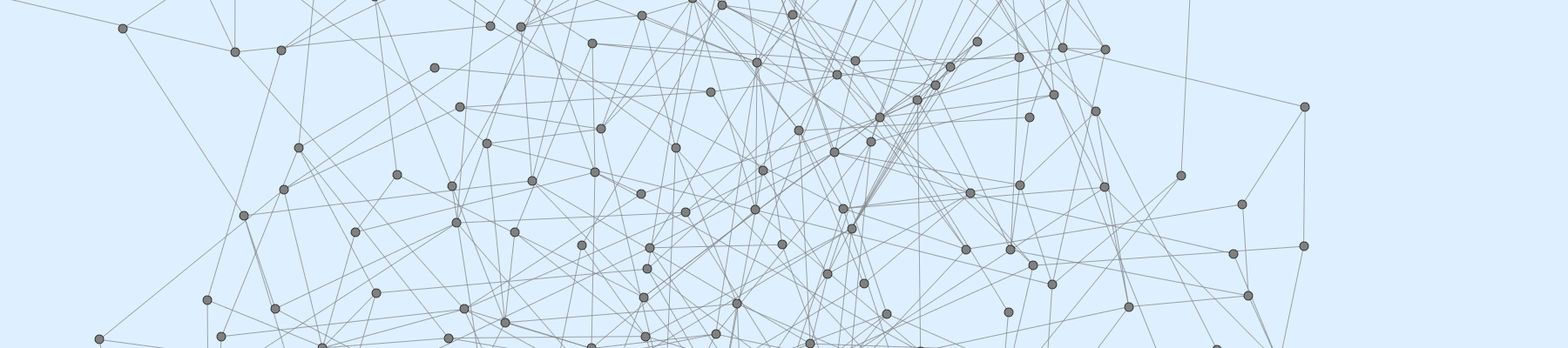
This is website/Content/Graph/graph.png from TexAgg/website, a Graphviz export, as it was before one commit. Its source is kept beside it as website/Content/Graph/graph.gv.
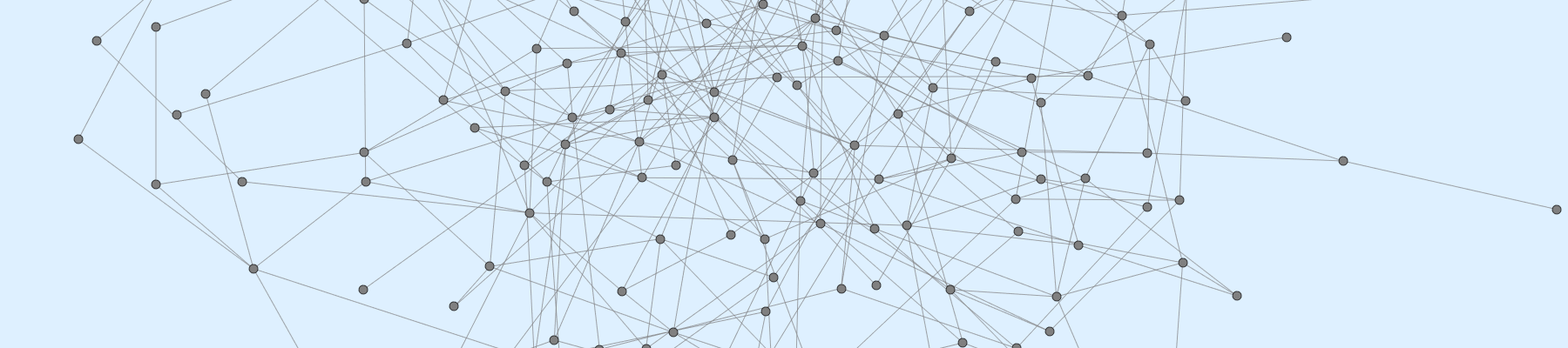
The same file after the commit.

Diff of the diagram source:
```diff
@@ -201,404 +201,404 @@
 	198 [label=""];
 	199 [label=""];
 	200 [label=""];
-	1 -- 70;
-	1 -- 116;
-	1 -- 141;
-	1 -- 160;
-	2 -- 3;
-	2 -- 7;
-	2 -- 48;
-	3 -- 83;
-	3 -- 146;
-	3 -- 156;
-	4 -- 11;
-	4 -- 22;
-	4 -- 101;
-	4 -- 110;
-	4 -- 132;
-	4 -- 181;
-	5 -- 29;
-	5 -- 97;
-	5 -- 134;
-	5 -- 155;
-	5 -- 166;
-	5 -- 193;
-	6 -- 25;
-	6 -- 94;
-	6 -- 147;
-	6 -- 156;
-	6 -- 157;
-	6 -- 180;
-	6 -- 190;
-	7 -- 87;
-	7 -- 103;
-	7 -- 154;
-	7 -- 176;
-	7 -- 186;
-	8 -- 63;
-	8 -- 76;
-	8 -- 108;
-	8 -- 113;
-	8 -- 148;
-	8 -- 149;
-	9 -- 15;
-	9 -- 44;
-	9 -- 79;
-	10 -- 63;
-	10 -- 112;
-	10 -- 140;
-	11 -- 126;
-	12 -- 16;
-	13 -- 15;
-	13 -- 29;
-	13 -- 181;
+	1 -- 23;
+	1 -- 30;
+	1 -- 93;
+	2 -- 65;
+	2 -- 89;
+	2 -- 190;
+	3 -- 11;
+	3 -- 15;
+	3 -- 137;
+	3 -- 155;
+	4 -- 83;
+	4 -- 128;
+	4 -- 138;
+	4 -- 157;
+	4 -- 184;
+	4 -- 191;
+	5 -- 72;
+	5 -- 109;
+	5 -- 160;
+	6 -- 49;
+	6 -- 145;
+	7 -- 55;
+	7 -- 68;
+	8 -- 177;
+	8 -- 200;
+	9 -- 39;
+	9 -- 59;
+	9 -- 83;
+	9 -- 90;
+	9 -- 101;
+	9 -- 166;
+	9 -- 173;
+	9 -- 177;
+	9 -- 189;
+	10 -- 15;
+	10 -- 117;
+	10 -- 170;
+	11 -- 29;
+	11 -- 97;
+	11 -- 119;
+	11 -- 157;
+	11 -- 190;
+	12 -- 29;
+	12 -- 148;
+	12 -- 165;
+	12 -- 190;
+	13 -- 14;
+	13 -- 49;
+	13 -- 125;
+	14 -- 60;
+	14 -- 98;
+	14 -- 156;
 	14 -- 192;
-	15 -- 74;
-	15 -- 152;
-	15 -- 161;
-	16 -- 55;
-	16 -- 77;
-	16 -- 111;
-	16 -- 114;
-	16 -- 169;
-	17 -- 141;
-	17 -- 153;
-	18 -- 107;
-	18 -- 148;
-	19 -- 35;
-	19 -- 64;
-	19 -- 95;
-	19 -- 120;
-	19 -- 169;
-	20 -- 55;
-	20 -- 86;
-	20 -- 158;
-	20 -- 164;
-	20 -- 171;
-	22 -- 104;
-	22 -- 109;
-	22 -- 185;
-	23 -- 110;
-	24 -- 27;
-	24 -- 45;
-	24 -- 86;
-	24 -- 108;
-	24 -- 140;
-	26 -- 95;
-	26 -- 100;
-	26 -- 139;
-	27 -- 29;
-	27 -- 165;
-	27 -- 199;
-	28 -- 33;
-	28 -- 119;
-	28 -- 178;
-	28 -- 200;
-	29 -- 54;
-	29 -- 94;
-	29 -- 98;
-	29 -- 180;
-	30 -- 87;
-	30 -- 130;
-	31 -- 52;
-	31 -- 79;
-	31 -- 112;
-	31 -- 125;
-	31 -- 178;
-	31 -- 187;
-	31 -- 198;
-	32 -- 83;
-	32 -- 181;
-	32 -- 186;
-	33 -- 92;
-	33 -- 111;
-	34 -- 48;
-	34 -- 77;
-	34 -- 113;
-	34 -- 197;
-	35 -- 64;
-	35 -- 91;
-	36 -- 48;
-	36 -- 53;
-	36 -- 138;
-	36 -- 164;
-	36 -- 169;
-	37 -- 189;
-	38 -- 142;
-	38 -- 159;
-	38 -- 166;
-	39 -- 76;
-	39 -- 120;
-	39 -- 173;
-	39 -- 197;
-	40 -- 48;
-	40 -- 181;
-	40 -- 186;
-	41 -- 102;
-	41 -- 194;
-	42 -- 98;
-	42 -- 104;
-	42 -- 159;
-	43 -- 170;
-	43 -- 175;
-	44 -- 79;
-	44 -- 172;
-	44 -- 195;
-	45 -- 171;
-	46 -- 85;
-	46 -- 104;
-	46 -- 107;
-	46 -- 152;
-	47 -- 65;
-	47 -- 81;
-	47 -- 95;
-	47 -- 149;
-	48 -- 60;
-	48 -- 74;
-	48 -- 79;
-	48 -- 101;
+	15 -- 27;
+	15 -- 68;
+	15 -- 73;
+	15 -- 95;
+	15 -- 109;
+	15 -- 146;
+	15 -- 160;
+	16 -- 32;
+	16 -- 56;
+	16 -- 116;
+	16 -- 150;
+	16 -- 186;
+	17 -- 23;
+	17 -- 26;
+	17 -- 70;
+	17 -- 72;
+	17 -- 78;
+	18 -- 19;
+	18 -- 65;
+	18 -- 126;
+	18 -- 139;
+	18 -- 141;
+	18 -- 169;
+	19 -- 25;
+	19 -- 61;
+	19 -- 62;
+	19 -- 86;
+	19 -- 140;
+	19 -- 159;
+	20 -- 35;
+	20 -- 72;
+	20 -- 104;
+	20 -- 126;
+	21 -- 70;
+	21 -- 76;
+	21 -- 102;
+	21 -- 149;
+	22 -- 66;
+	22 -- 92;
+	22 -- 138;
+	22 -- 167;
+	22 -- 177;
+	22 -- 180;
+	23 -- 116;
+	23 -- 185;
+	24 -- 33;
+	24 -- 59;
+	24 -- 162;
+	24 -- 173;
+	25 -- 64;
+	25 -- 74;
+	25 -- 133;
+	25 -- 166;
+	25 -- 170;
+	26 -- 133;
+	26 -- 170;
+	27 -- 149;
+	27 -- 176;
+	27 -- 190;
+	28 -- 30;
+	29 -- 38;
+	29 -- 88;
+	29 -- 118;
+	30 -- 39;
+	30 -- 69;
+	31 -- 69;
+	31 -- 75;
+	31 -- 174;
+	32 -- 40;
+	32 -- 82;
+	32 -- 165;
+	33 -- 87;
+	33 -- 90;
+	33 -- 125;
+	33 -- 136;
+	34 -- 42;
+	34 -- 137;
+	36 -- 50;
+	36 -- 70;
+	36 -- 90;
+	37 -- 88;
+	37 -- 137;
+	37 -- 176;
+	38 -- 137;
+	39 -- 48;
+	39 -- 80;
+	39 -- 108;
+	39 -- 134;
+	39 -- 157;
+	39 -- 174;
+	39 -- 188;
+	40 -- 57;
+	40 -- 85;
+	41 -- 76;
+	41 -- 86;
+	41 -- 188;
+	42 -- 50;
+	42 -- 110;
+	42 -- 113;
+	43 -- 44;
+	43 -- 47;
+	43 -- 53;
+	43 -- 59;
+	43 -- 137;
+	43 -- 163;
+	43 -- 187;
+	44 -- 45;
+	44 -- 191;
+	45 -- 53;
+	47 -- 148;
+	47 -- 153;
+	48 -- 103;
 	48 -- 115;
-	48 -- 163;
-	48 -- 164;
-	48 -- 173;
-	49 -- 54;
-	49 -- 182;
-	49 -- 193;
-	50 -- 65;
-	50 -- 194;
+	48 -- 132;
+	49 -- 72;
+	49 -- 90;
+	50 -- 62;
+	50 -- 66;
 	51 -- 71;
-	51 -- 155;
-	51 -- 157;
-	51 -- 159;
-	52 -- 102;
-	52 -- 158;
-	52 -- 193;
-	53 -- 64;
-	53 -- 70;
-	53 -- 78;
-	53 -- 108;
-	53 -- 138;
-	53 -- 174;
-	54 -- 89;
-	54 -- 134;
-	55 -- 66;
-	55 -- 100;
-	55 -- 135;
-	55 -- 170;
-	56 -- 99;
-	56 -- 174;
-	57 -- 144;
-	57 -- 153;
-	58 -- 123;
-	58 -- 182;
-	58 -- 184;
-	59 -- 77;
-	59 -- 133;
-	59 -- 147;
-	59 -- 148;
-	59 -- 171;
-	59 -- 194;
-	61 -- 160;
-	62 -- 72;
-	62 -- 95;
-	62 -- 97;
-	62 -- 102;
+	51 -- 75;
+	51 -- 131;
+	52 -- 97;
+	52 -- 112;
+	52 -- 138;
+	52 -- 147;
+	53 -- 94;
+	54 -- 95;
+	54 -- 110;
+	54 -- 135;
+	54 -- 173;
+	54 -- 192;
+	55 -- 84;
+	55 -- 155;
+	56 -- 75;
+	56 -- 136;
+	56 -- 172;
+	56 -- 190;
+	58 -- 71;
+	58 -- 145;
+	58 -- 190;
+	59 -- 70;
+	59 -- 99;
+	59 -- 107;
+	59 -- 134;
+	59 -- 144;
+	59 -- 155;
+	60 -- 65;
+	60 -- 70;
+	60 -- 142;
+	60 -- 154;
+	60 -- 190;
+	61 -- 84;
+	61 -- 86;
+	61 -- 109;
+	61 -- 114;
+	61 -- 124;
+	61 -- 181;
+	61 -- 183;
+	61 -- 198;
+	62 -- 112;
+	62 -- 140;
 	62 -- 159;
-	62 -- 194;
-	63 -- 86;
-	64 -- 144;
-	64 -- 166;
-	64 -- 175;
-	64 -- 177;
-	65 -- 73;
-	65 -- 91;
-	65 -- 110;
-	65 -- 169;
-	65 -- 174;
-	65 -- 181;
-	66 -- 87;
-	66 -- 135;
-	66 -- 199;
-	67 -- 97;
-	67 -- 160;
-	69 -- 139;
-	69 -- 191;
-	70 -- 77;
-	70 -- 85;
-	70 -- 105;
-	70 -- 106;
-	70 -- 110;
-	70 -- 123;
-	70 -- 126;
-	70 -- 155;
-	70 -- 157;
-	71 -- 128;
-	72 -- 97;
-	72 -- 199;
-	73 -- 105;
-	73 -- 132;
-	74 -- 96;
-	74 -- 171;
-	74 -- 179;
-	74 -- 197;
-	74 -- 198;
-	75 -- 193;
-	76 -- 149;
-	76 -- 181;
-	77 -- 81;
-	77 -- 125;
-	77 -- 127;
-	78 -- 80;
-	78 -- 116;
-	78 -- 179;
-	78 -- 190;
-	79 -- 183;
-	80 -- 183;
-	80 -- 199;
-	81 -- 127;
-	81 -- 173;
-	81 -- 192;
-	82 -- 122;
-	82 -- 198;
-	83 -- 110;
-	83 -- 167;
-	84 -- 127;
-	84 -- 161;
-	84 -- 167;
-	85 -- 126;
-	85 -- 133;
-	85 -- 158;
-	87 -- 158;
-	89 -- 133;
-	90 -- 183;
-	90 -- 192;
-	92 -- 105;
-	92 -- 186;
-	93 -- 128;
-	93 -- 189;
-	94 -- 125;
+	62 -- 167;
+	62 -- 169;
+	63 -- 134;
+	63 -- 189;
+	64 -- 139;
+	64 -- 152;
+	64 -- 153;
+	65 -- 125;
+	65 -- 153;
+	66 -- 99;
+	67 -- 70;
+	67 -- 118;
+	69 -- 96;
+	69 -- 171;
+	69 -- 188;
+	70 -- 108;
+	70 -- 173;
+	70 -- 180;
+	71 -- 75;
+	71 -- 77;
+	71 -- 134;
+	71 -- 159;
+	72 -- 136;
+	72 -- 183;
+	73 -- 119;
+	73 -- 162;
+	74 -- 99;
+	74 -- 134;
+	74 -- 182;
+	75 -- 90;
+	75 -- 145;
+	76 -- 106;
+	76 -- 179;
+	77 -- 117;
+	77 -- 171;
+	78 -- 200;
+	79 -- 80;
+	79 -- 91;
+	79 -- 114;
+	79 -- 116;
+	79 -- 180;
+	79 -- 197;
+	80 -- 94;
+	80 -- 200;
+	81 -- 82;
+	81 -- 99;
+	81 -- 104;
+	81 -- 126;
+	81 -- 189;
+	82 -- 157;
+	83 -- 85;
+	83 -- 189;
+	84 -- 168;
+	84 -- 169;
+	84 -- 183;
+	85 -- 185;
+	85 -- 191;
+	85 -- 192;
+	86 -- 123;
+	86 -- 153;
+	86 -- 154;
+	86 -- 174;
+	89 -- 96;
+	89 -- 184;
+	90 -- 156;
+	91 -- 179;
+	92 -- 127;
+	92 -- 136;
+	92 -- 167;
+	92 -- 200;
+	93 -- 127;
+	93 -- 161;
+	94 -- 173;
 	94 -- 190;
 	95 -- 123;
-	95 -- 126;
-	96 -- 147;
-	96 -- 173;
-	97 -- 101;
-	97 -- 163;
-	98 -- 114;
-	98 -- 133;
-	100 -- 124;
-	101 -- 155;
-	101 -- 169;
-	103 -- 147;
-	103 -- 158;
-	103 -- 164;
-	103 -- 168;
-	104 -- 143;
-	104 -- 168;
+	96 -- 189;
+	97 -- 147;
+	97 -- 174;
+	97 -- 176;
+	97 -- 197;
+	98 -- 99;
+	98 -- 107;
+	98 -- 187;
+	98 -- 189;
+	99 -- 114;
+	99 -- 194;
+	100 -- 116;
+	100 -- 141;
+	101 -- 199;
+	102 -- 124;
+	102 -- 175;
+	102 -- 180;
+	102 -- 183;
+	102 -- 191;
+	103 -- 118;
+	104 -- 146;
 	104 -- 172;
-	106 -- 127;
-	106 -- 163;
-	107 -- 160;
-	107 -- 172;
-	107 -- 200;
-	108 -- 120;
-	108 -- 131;
-	108 -- 190;
-	109 -- 119;
-	109 -- 154;
-	110 -- 128;
-	110 -- 164;
-	110 -- 182;
-	111 -- 154;
-	111 -- 176;
-	111 -- 194;
-	112 -- 131;
-	112 -- 164;
-	112 -- 173;
-	113 -- 117;
-	113 -- 173;
-	114 -- 156;
-	114 -- 157;
-	114 -- 159;
-	114 -- 168;
-	115 -- 186;
-	115 -- 196;
-	116 -- 163;
-	117 -- 120;
-	117 -- 126;
-	119 -- 152;
-	120 -- 140;
-	120 -- 194;
-	121 -- 156;
-	121 -- 168;
-	121 -- 173;
-	122 -- 194;
-	123 -- 145;
-	123 -- 146;
-	123 -- 160;
-	124 -- 149;
-	124 -- 157;
-	124 -- 170;
-	124 -- 179;
-	125 -- 133;
-	125 -- 166;
-	126 -- 131;
-	126 -- 134;
-	126 -- 195;
-	128 -- 142;
-	129 -- 187;
-	129 -- 197;
-	130 -- 166;
-	130 -- 167;
-	131 -- 135;
-	131 -- 158;
-	131 -- 179;
-	131 -- 196;
-	132 -- 134;
-	132 -- 153;
-	132 -- 198;
-	133 -- 135;
-	133 -- 175;
-	134 -- 192;
-	137 -- 170;
-	137 -- 188;
-	137 -- 194;
-	138 -- 191;
-	140 -- 190;
-	141 -- 196;
-	142 -- 156;
-	142 -- 169;
-	142 -- 197;
-	143 -- 156;
-	143 -- 184;
-	144 -- 194;
-	147 -- 149;
-	147 -- 167;
-	147 -- 171;
-	147 -- 174;
-	148 -- 185;
-	150 -- 186;
-	150 -- 189;
-	153 -- 176;
-	155 -- 167;
-	155 -- 185;
-	157 -- 169;
-	159 -- 182;
-	161 -- 167;
-	161 -- 177;
-	162 -- 168;
-	162 -- 175;
-	166 -- 172;
-	167 -- 197;
-	168 -- 189;
-	168 -- 194;
-	168 -- 200;
-	169 -- 171;
-	169 -- 186;
-	171 -- 195;
-	173 -- 198;
-	181 -- 197;
-	184 -- 198;
-	187 -- 199;
-	189 -- 196;
+	105 -- 143;
+	105 -- 146;
+	106 -- 117;
+	106 -- 153;
+	107 -- 138;
+	107 -- 153;
+	108 -- 154;
+	108 -- 175;
+	109 -- 165;
+	109 -- 166;
+	110 -- 126;
+	110 -- 178;
+	111 -- 123;
+	111 -- 161;
+	111 -- 199;
+	112 -- 130;
+	112 -- 134;
+	112 -- 141;
+	113 -- 178;
+	114 -- 149;
+	114 -- 169;
+	114 -- 170;
+	114 -- 185;
+	115 -- 155;
+	115 -- 156;
+	116 -- 146;
+	116 -- 185;
+	117 -- 173;
+	118 -- 141;
+	118 -- 161;
+	119 -- 184;
+	121 -- 153;
+	121 -- 179;
+	122 -- 135;
+	122 -- 173;
+	123 -- 130;
+	125 -- 135;
+	125 -- 160;
+	128 -- 140;
+	129 -- 163;
+	130 -- 138;
+	130 -- 182;
+	133 -- 163;
+	134 -- 148;
+	134 -- 160;
+	134 -- 168;
+	135 -- 170;
+	135 -- 176;
+	136 -- 171;
+	137 -- 162;
+	139 -- 155;
+	139 -- 156;
+	139 -- 181;
+	140 -- 177;
+	142 -- 190;
+	143 -- 187;
+	145 -- 172;
+	145 -- 185;
+	146 -- 164;
+	146 -- 167;
+	147 -- 173;
+	148 -- 174;
+	150 -- 167;
+	151 -- 191;
+	153 -- 180;
+	153 -- 183;
+	153 -- 186;
+	153 -- 192;
+	157 -- 159;
+	158 -- 191;
+	159 -- 165;
+	159 -- 168;
+	164 -- 171;
+	164 -- 197;
+	165 -- 184;
+	167 -- 187;
+	168 -- 197;
+	169 -- 179;
+	169 -- 181;
+	169 -- 199;
+	170 -- 187;
+	173 -- 174;
+	179 -- 183;
+	185 -- 195;
+	188 -- 200;
+	189 -- 191;
+	190 -- 199;
+	196 -- 199;
 }
```
